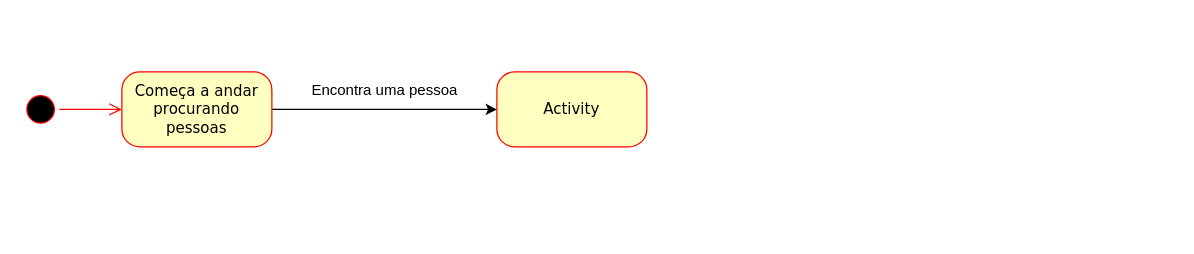
The draw.io diagram Mates.drawio in ArtOliRib/LP1_Lista_2, before the edit. Source tidied: cells renumbered, new cells numbered last; positions are measured from the earlier drawing's top-left corner, leaving out a move shared by most shapes. Both pictures are drawn from the tidied source at 125%, with x=0, y=0 at pixel (21, 71).
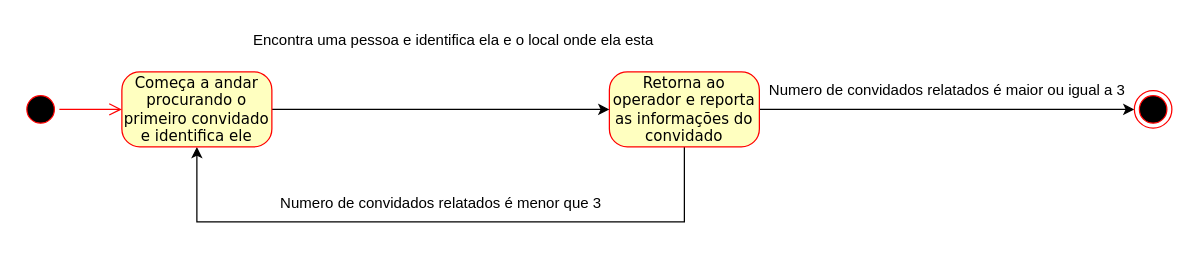
The same page after the edit.

What changed in the source:
```diff
@@
 <mxGraphModel>
   <root>
     <mxCell id="0" />
     <mxCell id="1" parent="0" />
     <mxCell id="2" style="ellipse;html=1;shape=startState;fillColor=#000000;strokeColor=#ff0000;rounded=1;shadow=0;comic=0;labelBackgroundColor=none;fontFamily=Verdana;fontSize=12;fontColor=#000000;align=center;direction=south;" parent="1" vertex="1">
       <mxGeometry y="15" width="30" height="30" as="geometry" />
     </mxCell>
+    <mxCell id="8" style="edgeStyle=orthogonalEdgeStyle;rounded=0;jettySize=auto;html=1;exitX=0.5;exitY=1;exitDx=0;exitDy=0;entryX=0.5;entryY=1;entryDx=0;entryDy=0;" parent="1" edge="1" source="3" target="5">
+      <mxGeometry relative="1" as="geometry">
+        <Array as="points">
+          <mxPoint x="530" y="120" />
+          <mxPoint x="140" y="120" />
+        </Array>
+      </mxGeometry>
+    </mxCell>
+    <mxCell id="9" style="edgeStyle=orthogonalEdgeStyle;rounded=0;jettySize=auto;html=1;exitX=1;exitY=0.5;exitDx=0;exitDy=0;" parent="1" edge="1" source="3" target="11">
+      <mxGeometry relative="1" as="geometry" />
+    </mxCell>
-    <mxCell id="3" value="Activity" style="rounded=1;whiteSpace=wrap;html=1;arcSize=24;fillColor=#ffffc0;strokeColor=#ff0000;shadow=0;comic=0;labelBackgroundColor=none;fontFamily=Verdana;fontSize=12;fontColor=#000000;align=center;" parent="1" vertex="1">
-      <mxGeometry x="380" width="120" height="60" as="geometry" />
+    <mxCell id="3" value="Retorna ao operador e reporta as informações do convidado" style="rounded=1;whiteSpace=wrap;html=1;arcSize=24;fillColor=#ffffc0;strokeColor=#ff0000;shadow=0;comic=0;labelBackgroundColor=none;fontFamily=Verdana;fontSize=12;fontColor=#000000;align=center;" parent="1" vertex="1">
+      <mxGeometry x="470" width="120" height="60" as="geometry" />
     </mxCell>
     <mxCell id="4" style="edgeStyle=orthogonalEdgeStyle;rounded=0;jettySize=auto;html=1;exitX=1;exitY=0.5;exitDx=0;exitDy=0;entryX=0;entryY=0.5;entryDx=0;entryDy=0;" parent="1" edge="1" source="5" target="3">
       <mxGeometry relative="1" as="geometry" />
     </mxCell>
-    <mxCell id="5" value="Começa a andar procurando pessoas" style="rounded=1;whiteSpace=wrap;html=1;arcSize=24;fillColor=#ffffc0;strokeColor=#ff0000;shadow=0;comic=0;labelBackgroundColor=none;fontFamily=Verdana;fontSize=12;fontColor=#000000;align=center;" parent="1" vertex="1">
+    <mxCell id="5" value="Começa a andar procurando o primeiro convidado e identifica ele" style="rounded=1;whiteSpace=wrap;html=1;arcSize=24;fillColor=#ffffc0;strokeColor=#ff0000;shadow=0;comic=0;labelBackgroundColor=none;fontFamily=Verdana;fontSize=12;fontColor=#000000;align=center;" parent="1" vertex="1">
       <mxGeometry x="80" width="120" height="60" as="geometry" />
     </mxCell>
     <mxCell id="6" style="edgeStyle=orthogonalEdgeStyle;html=1;labelBackgroundColor=none;endArrow=open;endSize=8;strokeColor=#ff0000;fontFamily=Verdana;fontSize=12;align=left;" parent="1" edge="1" source="2" target="5">
       <mxGeometry relative="1" as="geometry" />
     </mxCell>
-    <mxCell id="7" value="Encontra uma pessoa" style="text;html=1;align=center;verticalAlign=middle;strokeColor=none;fillColor=none;" parent="1" vertex="1">
-      <mxGeometry x="220" width="140" height="30" as="geometry" />
+    <mxCell id="7" value="Encontra uma pessoa e identifica ela e o local onde ela esta" style="text;html=1;align=center;verticalAlign=middle;strokeColor=none;fillColor=none;" parent="1" vertex="1">
+      <mxGeometry x="180" y="-40" width="330" height="30" as="geometry" />
     </mxCell>
+    <mxCell id="10" value="Numero de convidados relatados é menor que 3" style="text;html=1;align=center;verticalAlign=middle;strokeColor=none;fillColor=none;" parent="1" vertex="1">
+      <mxGeometry x="200" y="90" width="270" height="30" as="geometry" />
+    </mxCell>
+    <mxCell id="11" style="ellipse;html=1;shape=endState;fillColor=#000000;strokeColor=#ff0000;" parent="1" vertex="1">
+      <mxGeometry x="890" y="15" width="30" height="30" as="geometry" />
+    </mxCell>
+    <mxCell id="12" value="Numero de convidados relatados é maior ou igual a 3" style="text;html=1;align=center;verticalAlign=middle;strokeColor=none;fillColor=none;" parent="1" vertex="1">
+      <mxGeometry x="590" width="300" height="30" as="geometry" />
+    </mxCell>
   </root>
 </mxGraphModel>
```
